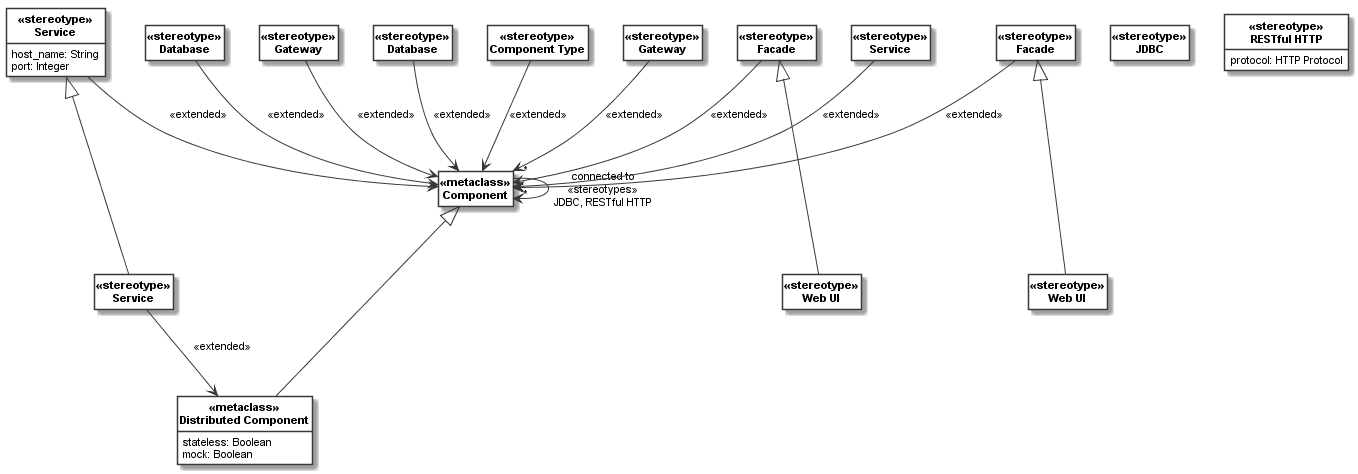
Before: docs/_images/component_meta_model.png, a diagram exported from PlantUML (uzdun/CodeableModels).
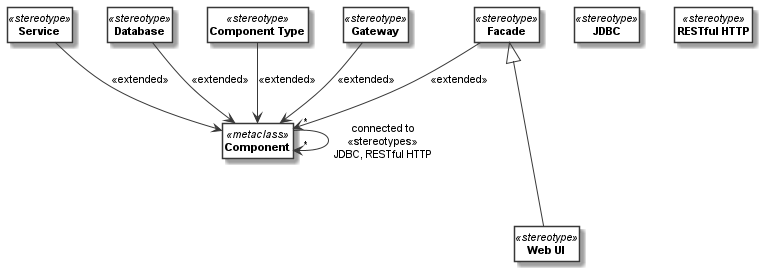
After the change.

The edit, as a diff of the source:
```diff
@@ -5,47 +5,20 @@
 hide circle
 skinparam defaultFontName Arial
 skinparam defaultFontSize 11
-skinparam classfontstyle bold
-class "«metaclass»\nComponent" as __1_Component
-class "«metaclass»\nDistributed Component" as __2_Distributed_Component{
-stateless: Boolean
-mock: Boolean
-}
-
-class "«stereotype»\nService" as __3_Service
-class "«stereotype»\nService" as __4_Service{
-host_name: String
-port: Integer
-}
-
-class "«stereotype»\nComponent Type" as __5_Component_Type
-class "«stereotype»\nService" as __6_Service
-class "«stereotype»\nDatabase" as __7_Database
-class "«stereotype»\nFacade" as __8_Facade
-class "«stereotype»\nWeb UI" as __9_Web_UI
-class "«stereotype»\nGateway" as __10_Gateway
-class "«stereotype»\nDatabase" as __11_Database
-class "«stereotype»\nFacade" as __12_Facade
-class "«stereotype»\nWeb UI" as __13_Web_UI
-class "«stereotype»\nGateway" as __14_Gateway
-class "«stereotype»\nJDBC" as __15_JDBC
-class "«stereotype»\nRESTful HTTP" as __16_RESTful_HTTP{
-protocol: HTTP Protocol
-}
-
-__1_Component <|--- __2_Distributed_Component
-__4_Service <|--- __3_Service
-__8_Facade <|--- __9_Web_UI
-__12_Facade <|--- __13_Web_UI
-__1_Component " * "  -->  " * " __1_Component: "connected to\n«stereotypes»\nJDBC, RESTful HTTP"
-__3_Service --> __2_Distributed_Component: "«extended»\n"
-__4_Service --> __1_Component: "«extended»\n"
-__5_Component_Type --> __1_Component: "«extended»\n"
-__6_Service --> __1_Component: "«extended»\n"
-__7_Database --> __1_Component: "«extended»\n"
-__8_Facade --> __1_Component: "«extended»\n"
-__10_Gateway --> __1_Component: "«extended»\n"
-__11_Database --> __1_Component: "«extended»\n"
-__12_Facade --> __1_Component: "«extended»\n"
-__14_Gateway --> __1_Component: "«extended»\n"
+class "<b>Component</b>" as __1_Component <<metaclass>>
+class "<b>Component Type</b>" as __2_Component_Type <<stereotype>>
+class "<b>Service</b>" as __3_Service <<stereotype>>
+class "<b>Database</b>" as __4_Database <<stereotype>>
+class "<b>Facade</b>" as __5_Facade <<stereotype>>
+class "<b>Web UI</b>" as __6_Web_UI <<stereotype>>
+class "<b>Gateway</b>" as __7_Gateway <<stereotype>>
+class "<b>JDBC</b>" as __8_JDBC <<stereotype>>
+class "<b>RESTful HTTP</b>" as __9_RESTful_HTTP <<stereotype>>
+__5_Facade <|--- __6_Web_UI
+__1_Component " * "  -->  " * " __1_Component: "connected to\n<<stereotypes>>\nJDBC, RESTful HTTP"
+__2_Component_Type --> __1_Component: "<<extended>>"
+__3_Service --> __1_Component: "<<extended>>"
+__4_Database --> __1_Component: "<<extended>>"
+__5_Facade --> __1_Component: "<<extended>>"
+__7_Gateway --> __1_Component: "<<extended>>"
 @enduml
```
